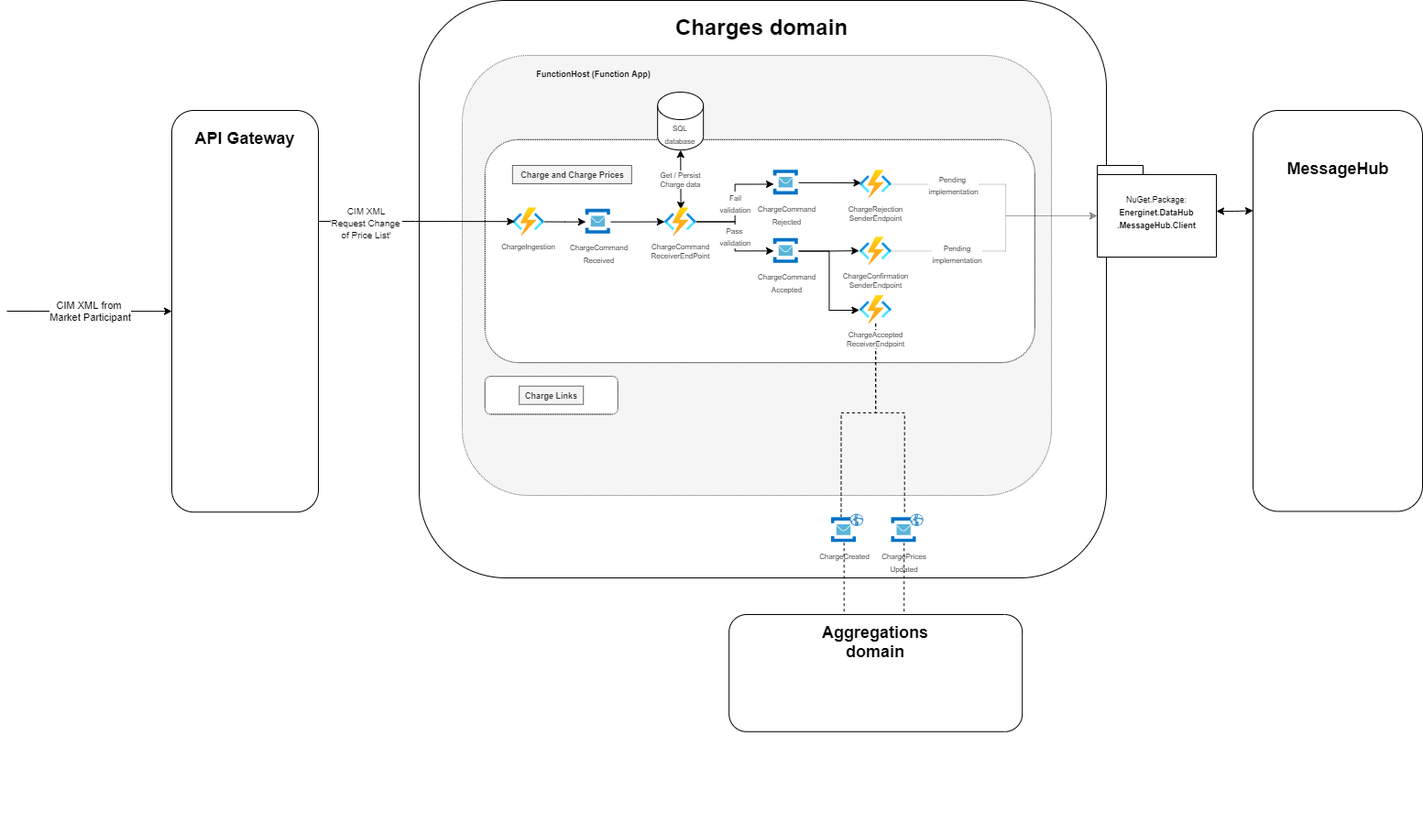
Before: ARCHITECTURE-ChargeAndChargePrices.png, a diagram exported from draw.io (Energinet-DataHub/ARCHIVED-geh-charges). Source tidied: cells renumbered, new cells last; positions are measured from the earlier drawing's top-left corner, leaving out a move shared by most shapes.
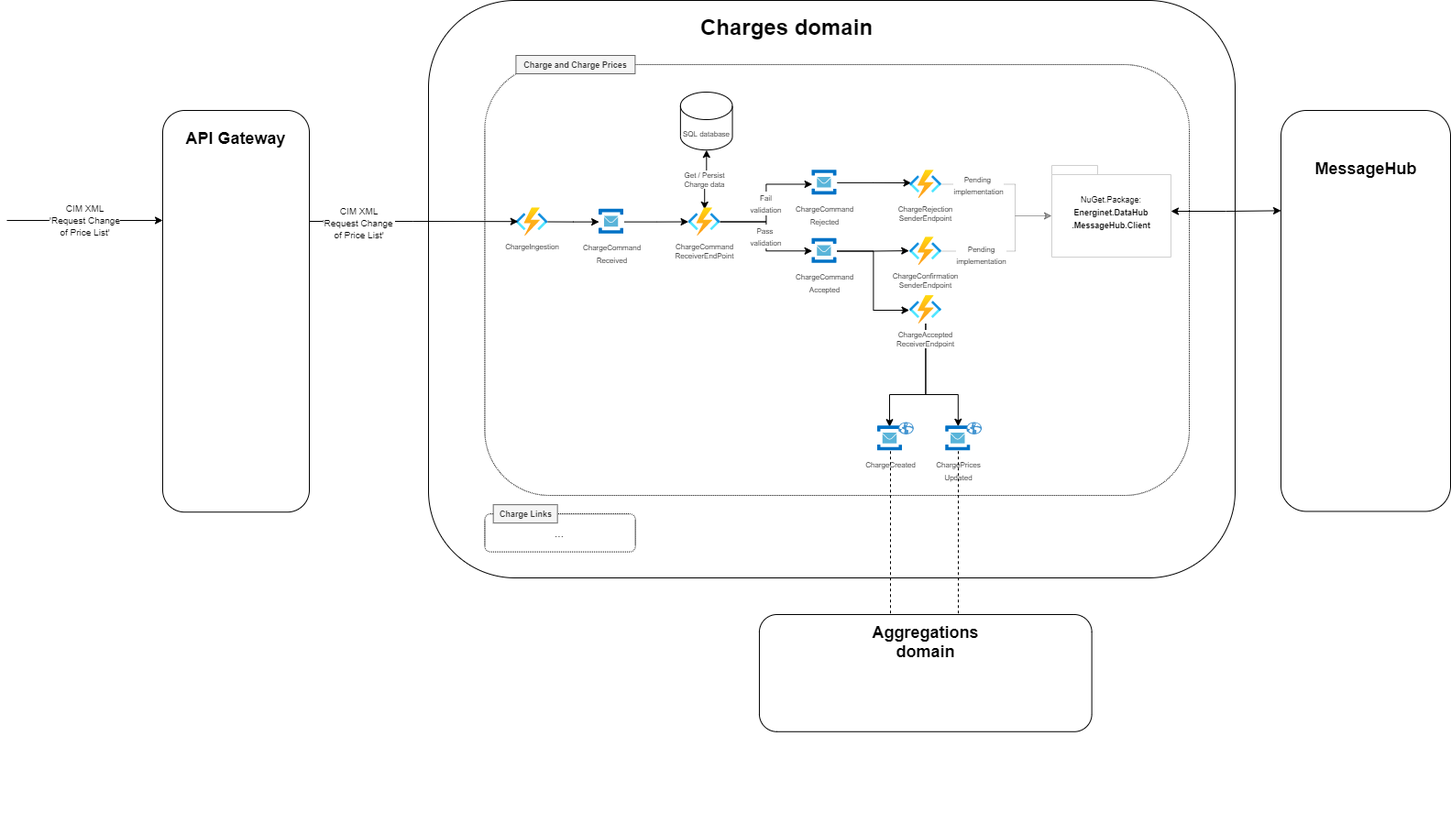
Above is the later version.

Commit message:
Aligning Charge&Prices diagram to ChargeLinks

Change to the diagram source:
```diff
@@ -5,15 +5,12 @@
     <mxCell id="2" style="opacity=50;textOpacity=50;strokeColor=none;" parent="1" vertex="1">
-      <mxGeometry x="450" width="750" height="885.6" as="geometry" />
+      <mxGeometry x="450" width="900" height="885.6" as="geometry" />
     </mxCell>
     <mxCell id="3" style="rounded=1;whiteSpace=wrap;html=1;" parent="2" vertex="1">
-      <mxGeometry width="750" height="630" as="geometry" />
+      <mxGeometry x="20" width="880" height="630" as="geometry" />
     </mxCell>
-    <mxCell id="4" style="rounded=1;whiteSpace=wrap;html=1;dashed=1;dashPattern=1 1;align=center;fillColor=#f5f5f5;strokeColor=#666666;fontColor=#333333;" parent="2" vertex="1">
-      <mxGeometry x="47" y="60" width="643" height="480" as="geometry" />
-    </mxCell>
     <mxCell id="5" value="&lt;h1&gt;Charges domain&lt;br&gt;&lt;/h1&gt;" style="text;html=1;strokeColor=none;fillColor=none;spacing=5;spacingTop=-20;whiteSpace=wrap;overflow=hidden;rounded=0;dashed=1;" parent="2" vertex="1">
-      <mxGeometry x="275" y="10" width="200" height="36.5" as="geometry" />
+      <mxGeometry x="311.7" y="10" width="226.7" height="36.5" as="geometry" />
     </mxCell>
     <mxCell id="6" style="rounded=1;whiteSpace=wrap;html=1;dashed=1;dashPattern=1 1;align=center;" parent="2" vertex="1">
-      <mxGeometry x="71.8" y="151.9" width="600" height="243.2" as="geometry" />
+      <mxGeometry x="81.4" y="70" width="768.6" height="470" as="geometry" />
     </mxCell>
@@ -26,6 +23,6 @@
     <mxCell id="9" value="&lt;font style=&quot;font-size: 8px&quot;&gt;ChargeCommand&lt;br&gt;Received&lt;/font&gt;" style="html=1;points=[];align=center;image;fontSize=12;image=img/lib/mscae/Service_Bus.svg;" parent="2" vertex="1">
-      <mxGeometry x="181.8" y="227.9" width="27.4" height="27.4" as="geometry" />
+      <mxGeometry x="206.1" y="227.9" width="27.4" height="27.4" as="geometry" />
     </mxCell>
     <mxCell id="10" value="&lt;font style=&quot;font-size: 8px&quot;&gt;ChargeIngestion&lt;/font&gt;" style="html=1;points=[];align=center;image;fontSize=9;image=img/lib/azure2/compute/Function_Apps.svg;labelPosition=center;verticalLabelPosition=bottom;verticalAlign=top;" parent="2" vertex="1">
-      <mxGeometry x="101.8" y="226.2" width="34.7" height="30.6" as="geometry" />
+      <mxGeometry x="115.4" y="226.2" width="34.7" height="30.6" as="geometry" />
     </mxCell>
@@ -41,3 +38,3 @@
     <mxCell id="14" value="&lt;font style=&quot;font-size: 8px&quot;&gt;ChargeCommand&lt;br&gt;ReceiverEndPoint&lt;br&gt;&lt;/font&gt;" style="html=1;points=[];align=center;image;fontSize=9;image=img/lib/azure2/compute/Function_Apps.svg;labelPosition=center;verticalLabelPosition=bottom;verticalAlign=top;" parent="2" vertex="1">
-      <mxGeometry x="267.8" y="226.2" width="34.7" height="30.6" as="geometry" />
+      <mxGeometry x="303.6" y="226.2" width="34.7" height="30.6" as="geometry" />
     </mxCell>
@@ -47,3 +44,3 @@
     <mxCell id="16" value="&lt;font style=&quot;font-size: 8px ; line-height: 100%&quot;&gt;ChargeCommand&lt;br&gt;Rejected&lt;/font&gt;" style="html=1;points=[];align=center;image;fontSize=12;image=img/lib/mscae/Service_Bus.svg;" parent="2" vertex="1">
-      <mxGeometry x="386.8" y="185.2" width="27.4" height="27.4" as="geometry" />
+      <mxGeometry x="438.4" y="185.2" width="27.4" height="27.4" as="geometry" />
     </mxCell>
@@ -56,15 +53,23 @@
     <mxCell id="19" value="&lt;font style=&quot;font-size: 8px ; line-height: 100%&quot;&gt;ChargeCommand&lt;br&gt;Accepted&lt;/font&gt;" style="html=1;points=[];align=center;image;fontSize=12;image=img/lib/mscae/Service_Bus.svg;" parent="2" vertex="1">
-      <mxGeometry x="386.8" y="259.8" width="27.4" height="27.4" as="geometry" />
+      <mxGeometry x="438.4" y="259.8" width="27.4" height="27.4" as="geometry" />
     </mxCell>
     <mxCell id="20" value="&lt;font style=&quot;font-size: 8px&quot;&gt;ChargeConfirmation&lt;br&gt;SenderEndpoint&lt;br&gt;&lt;/font&gt;" style="html=1;points=[];align=center;image;fontSize=9;image=img/lib/azure2/compute/Function_Apps.svg;labelPosition=center;verticalLabelPosition=bottom;verticalAlign=top;" parent="2" vertex="1">
-      <mxGeometry x="480.8" y="258.2" width="34.7" height="30.6" as="geometry" />
+      <mxGeometry x="545" y="258.2" width="34.7" height="30.6" as="geometry" />
     </mxCell>
     <mxCell id="21" value="&lt;font style=&quot;font-size: 8px&quot;&gt;ChargeRejection&lt;br&gt;SenderEndpoint&lt;br&gt;&lt;/font&gt;" style="html=1;points=[];align=center;image;fontSize=9;image=img/lib/azure2/compute/Function_Apps.svg;labelPosition=center;verticalLabelPosition=bottom;verticalAlign=top;" parent="2" vertex="1">
-      <mxGeometry x="480.8" y="185.2" width="34.7" height="30.6" as="geometry" />
+      <mxGeometry x="545" y="185.2" width="34.7" height="30.6" as="geometry" />
     </mxCell>
+    <mxCell id="23" style="edgeStyle=orthogonalEdgeStyle;rounded=0;comic=0;jettySize=auto;html=1;entryX=0.495;entryY=0.016;entryDx=0;entryDy=0;entryPerimeter=0;shadow=0;endArrow=classic;endFill=1;strokeColor=#000000;" parent="2" edge="1" source="24" target="31">
+      <mxGeometry relative="1" as="geometry">
+        <Array as="points">
+          <mxPoint x="562" y="430" />
+          <mxPoint x="598" y="430" />
+        </Array>
+      </mxGeometry>
+    </mxCell>
-    <mxCell id="22" style="edgeStyle=orthogonalEdgeStyle;rounded=0;jettySize=auto;html=1;entryX=0.383;entryY=-0.05;entryDx=0;entryDy=0;entryPerimeter=0;dashed=1;endArrow=none;endFill=0;" parent="2" edge="1" source="24" target="34">
+    <mxCell id="22" style="edgeStyle=orthogonalEdgeStyle;rounded=0;comic=0;jettySize=auto;html=1;entryX=0.475;entryY=0.031;entryDx=0;entryDy=0;entryPerimeter=0;shadow=0;endArrow=classic;endFill=1;strokeColor=#000000;" parent="2" edge="1" source="24" target="34">
       <mxGeometry relative="1" as="geometry">
         <Array as="points">
-          <mxPoint x="498" y="450" />
-          <mxPoint x="461" y="450" />
+          <mxPoint x="562" y="430" />
+          <mxPoint x="523" y="430" />
         </Array>
@@ -72,30 +77,31 @@
     </mxCell>
-    <mxCell id="23" style="edgeStyle=orthogonalEdgeStyle;rounded=0;jettySize=auto;html=1;entryX=0.517;entryY=-0.141;entryDx=0;entryDy=0;entryPerimeter=0;dashed=1;endArrow=none;endFill=0;" parent="2" edge="1" source="24" target="31">
-      <mxGeometry relative="1" as="geometry">
-        <Array as="points">
-          <mxPoint x="498" y="450" />
-          <mxPoint x="530" y="450" />
-        </Array>
-      </mxGeometry>
-    </mxCell>
     <mxCell id="24" value="&lt;font style=&quot;font-size: 8px&quot;&gt;ChargeAccepted&lt;br&gt;ReceiverEndpoint&lt;br&gt;&lt;/font&gt;" style="html=1;points=[];align=center;image;fontSize=9;image=img/lib/azure2/compute/Function_Apps.svg;labelPosition=center;verticalLabelPosition=bottom;verticalAlign=top;" parent="2" vertex="1">
-      <mxGeometry x="480.8" y="322.1" width="34.7" height="30.6" as="geometry" />
+      <mxGeometry x="545" y="322.1" width="34.7" height="30.6" as="geometry" />
     </mxCell>
     <mxCell id="25" value="Charge and Charge Prices" style="text;html=1;align=center;verticalAlign=middle;strokeColor=#666666;fillColor=#f5f5f5;fontStyle=1;fontSize=9;fontColor=#333333;" parent="2" vertex="1">
-      <mxGeometry x="101.8" y="180" width="130" height="20" as="geometry" />
+      <mxGeometry x="115.4" y="60" width="130" height="20" as="geometry" />
     </mxCell>
-    <mxCell id="26" value="FunctionHost (Function App)" style="text;html=1;align=center;verticalAlign=middle;strokeColor=none;fillColor=none;fontStyle=1;fontSize=9;" parent="2" vertex="1">
-      <mxGeometry x="120.2" y="70" width="140" height="20" as="geometry" />
-    </mxCell>
     <mxCell id="27" value="&lt;font style=&quot;font-size: 8px&quot;&gt;SQL database&lt;/font&gt;" style="shape=cylinder3;whiteSpace=wrap;html=1;boundedLbl=1;backgroundOutline=1;size=15;" parent="2" vertex="1">
-      <mxGeometry x="260.2" y="100" width="50" height="63.2" as="geometry" />
+      <mxGeometry x="294.9" y="100" width="56.7" height="63.2" as="geometry" />
     </mxCell>
+    <mxCell id="53" style="group;" parent="2" vertex="1">
+      <mxGeometry x="81.4" y="550.1" width="164.3" height="51.5" as="geometry" />
+    </mxCell>
-    <mxCell id="28" style="rounded=1;whiteSpace=wrap;html=1;dashed=1;dashPattern=1 1;align=center;" parent="2" vertex="1">
-      <mxGeometry x="71.8" y="410" width="145" height="41.5" as="geometry" />
+    <mxCell id="28" value="..." style="rounded=1;whiteSpace=wrap;html=1;dashed=1;dashPattern=1 1;align=center;" parent="53" vertex="1">
+      <mxGeometry y="10" width="164.3" height="41.5" as="geometry" />
     </mxCell>
-    <mxCell id="29" value="Charge Links" style="text;html=1;align=center;verticalAlign=middle;strokeColor=#666666;fillColor=#f5f5f5;fontStyle=1;fontSize=9;fontColor=#333333;" parent="2" vertex="1">
-      <mxGeometry x="109.2" y="420.7" width="70" height="20" as="geometry" />
+    <mxCell id="29" value="Charge Links" style="text;html=1;align=center;verticalAlign=middle;strokeColor=#666666;fillColor=#f5f5f5;fontStyle=1;fontSize=9;fontColor=#333333;" parent="53" vertex="1">
+      <mxGeometry x="9.2" width="70" height="20" as="geometry" />
     </mxCell>
+    <mxCell id="33" style="group;align=center;" parent="2" vertex="1">
+      <mxGeometry x="510" y="460" width="39.4" height="31.7" as="geometry" />
+    </mxCell>
+    <mxCell id="34" value="&lt;span style=&quot;font-size: 8px&quot;&gt;ChargeCreated&lt;/span&gt;" style="html=1;points=[];align=center;image;fontSize=12;image=img/lib/mscae/Service_Bus.svg;" parent="33" vertex="1">
+      <mxGeometry y="4.4" width="27.4" height="27.4" as="geometry" />
+    </mxCell>
+    <mxCell id="35" style="shadow=0;dashed=0;html=1;strokeColor=none;fillColor=#4495D1;labelPosition=center;verticalLabelPosition=bottom;verticalAlign=top;align=center;shape=mxgraph.veeam.globe;" parent="33" vertex="1">
+      <mxGeometry x="22.7" width="16.8" height="13.5" as="geometry" />
+    </mxCell>
     <mxCell id="30" style="group;" parent="2" vertex="1">
-      <mxGeometry x="515.5" y="560" width="34.8" height="31.7" as="geometry" />
+      <mxGeometry x="584.3" y="460" width="39.4" height="31.7" as="geometry" />
     </mxCell>
@@ -105,21 +111,31 @@
     <mxCell id="32" style="shadow=0;dashed=0;html=1;strokeColor=none;fillColor=#4495D1;labelPosition=center;verticalLabelPosition=bottom;verticalAlign=top;align=center;shape=mxgraph.veeam.globe;" parent="30" vertex="1">
-      <mxGeometry x="20" width="14.8" height="13.5" as="geometry" />
+      <mxGeometry x="22.7" width="16.8" height="13.5" as="geometry" />
     </mxCell>
-    <mxCell id="33" style="group;" parent="2" vertex="1">
-      <mxGeometry x="450" y="560" width="34.8" height="31.7" as="geometry" />
-    </mxCell>
-    <mxCell id="34" value="&lt;span style=&quot;font-size: 8px&quot;&gt;ChargeCreated&lt;/span&gt;" style="html=1;points=[];align=center;image;fontSize=12;image=img/lib/mscae/Service_Bus.svg;" parent="33" vertex="1">
-      <mxGeometry y="4.4" width="27.4" height="27.4" as="geometry" />
-    </mxCell>
-    <mxCell id="35" style="shadow=0;dashed=0;html=1;strokeColor=none;fillColor=#4495D1;labelPosition=center;verticalLabelPosition=bottom;verticalAlign=top;align=center;shape=mxgraph.veeam.globe;" parent="33" vertex="1">
-      <mxGeometry x="20" width="14.8" height="13.5" as="geometry" />
-    </mxCell>
+    <mxCell id="50" value="&lt;font style=&quot;font-size: 9px&quot;&gt;NuGet.Package:&lt;br&gt;&lt;b&gt;Energinet.DataHub&lt;br&gt;.MessageHub.Client&lt;/b&gt;&lt;/font&gt;" style="shape=folder;tabWidth=50;tabHeight=10;tabPosition=left;strokeWidth=1;html=1;whiteSpace=wrap;align=center;strokeColor=#CFCFCF;" parent="2" vertex="1">
+      <mxGeometry x="700" y="180" width="130" height="100" as="geometry" />
+    </mxCell>
+    <mxCell id="44" value="&lt;span style=&quot;color: rgb(0 , 0 , 0) ; font-family: &amp;#34;helvetica&amp;#34; ; font-size: 8px ; font-style: normal ; font-weight: 400 ; letter-spacing: normal ; text-align: center ; text-indent: 0px ; text-transform: none ; word-spacing: 0px ; background-color: rgb(255 , 255 , 255) ; display: inline ; float: none&quot;&gt;Pending&lt;/span&gt;&lt;br style=&quot;color: rgb(0 , 0 , 0) ; font-family: &amp;#34;helvetica&amp;#34; ; font-size: 8px ; font-style: normal ; font-weight: 400 ; letter-spacing: normal ; text-align: center ; text-indent: 0px ; text-transform: none ; word-spacing: 0px ; background-color: rgb(255 , 255 , 255)&quot;&gt;&lt;span style=&quot;color: rgb(0 , 0 , 0) ; font-family: &amp;#34;helvetica&amp;#34; ; font-size: 8px ; font-style: normal ; font-weight: 400 ; letter-spacing: normal ; text-align: center ; text-indent: 0px ; text-transform: none ; word-spacing: 0px ; background-color: rgb(255 , 255 , 255) ; display: inline ; float: none&quot;&gt;implementation&lt;/span&gt;" style="edgeStyle=orthogonalEdgeStyle;rounded=0;jettySize=auto;html=1;fillColor=#f5f5f5;strokeColor=#000000;opacity=20;entryX=0;entryY=0;entryDx=0;entryDy=55;entryPerimeter=0;" parent="2" edge="1" source="20" target="50">
+      <mxGeometry x="-0.46" y="-3" relative="1" as="geometry">
+        <Array as="points">
+          <mxPoint x="660" y="274" />
+          <mxPoint x="660" y="235" />
+        </Array>
+      </mxGeometry>
+    </mxCell>
+    <mxCell id="45" value="&lt;font style=&quot;font-size: 8px&quot;&gt;Pending &lt;br&gt;implementation&lt;/font&gt;" style="edgeStyle=orthogonalEdgeStyle;rounded=0;jettySize=auto;html=1;fillColor=#f5f5f5;strokeColor=#000000;opacity=20;entryX=0;entryY=0;entryDx=0;entryDy=55;entryPerimeter=0;" parent="2" edge="1" source="21" target="50">
+      <mxGeometry x="-0.48" relative="1" as="geometry">
+        <Array as="points">
+          <mxPoint x="660" y="201" />
+          <mxPoint x="660" y="235" />
+        </Array>
+      </mxGeometry>
+    </mxCell>
     <mxCell id="36" style="group;" parent="2" vertex="1">
-      <mxGeometry x="338.2" y="670" width="320" height="127.8" as="geometry" />
+      <mxGeometry x="381" y="670" width="362.7" height="127.8" as="geometry" />
     </mxCell>
     <mxCell id="37" style="rounded=1;whiteSpace=wrap;html=1;" parent="36" vertex="1">
-      <mxGeometry width="320" height="127.8" as="geometry" />
+      <mxGeometry width="362.7" height="127.8" as="geometry" />
     </mxCell>
     <mxCell id="38" value="&lt;b&gt;&lt;font style=&quot;font-size: 18px&quot;&gt;Aggregations domain&lt;/font&gt;&lt;/b&gt;" style="text;html=1;strokeColor=none;fillColor=none;align=center;verticalAlign=middle;whiteSpace=wrap;rounded=0;" parent="36" vertex="1">
-      <mxGeometry x="90" y="9.1" width="140" height="41.2" as="geometry" />
+      <mxGeometry x="102" y="9.1" width="158.7" height="41.2" as="geometry" />
     </mxCell>
@@ -131,5 +147,6 @@
     </mxCell>
-    <mxCell id="41" value="CIM XML from &lt;br&gt;Market Participant" style="endArrow=classic;html=1;entryX=0;entryY=0.5;entryDx=0;entryDy=0;" parent="1" edge="1" target="39">
+    <mxCell id="41" value="&lt;span style=&quot;font-size: x-small&quot;&gt;CIM XML&lt;/span&gt;&lt;br style=&quot;font-size: x-small&quot;&gt;&lt;span style=&quot;font-size: x-small&quot;&gt;'Request Change&lt;/span&gt;&lt;br style=&quot;font-size: x-small&quot;&gt;&lt;span style=&quot;font-size: x-small&quot;&gt;of Price List'&lt;/span&gt;" style="endArrow=classic;html=1;" parent="1" edge="1">
       <mxGeometry relative="1" as="geometry">
-        <mxPoint y="339" as="sourcePoint" />
+        <mxPoint x="10" y="240" as="sourcePoint" />
+        <mxPoint x="180" y="240" as="targetPoint" />
       </mxGeometry>
@@ -146,20 +163,4 @@
     </mxCell>
-    <mxCell id="44" value="&lt;span style=&quot;color: rgb(0 , 0 , 0) ; font-family: &amp;#34;helvetica&amp;#34; ; font-size: 8px ; font-style: normal ; font-weight: 400 ; letter-spacing: normal ; text-align: center ; text-indent: 0px ; text-transform: none ; word-spacing: 0px ; background-color: rgb(255 , 255 , 255) ; display: inline ; float: none&quot;&gt;Pending&lt;/span&gt;&lt;br style=&quot;color: rgb(0 , 0 , 0) ; font-family: &amp;#34;helvetica&amp;#34; ; font-size: 8px ; font-style: normal ; font-weight: 400 ; letter-spacing: normal ; text-align: center ; text-indent: 0px ; text-transform: none ; word-spacing: 0px ; background-color: rgb(255 , 255 , 255)&quot;&gt;&lt;span style=&quot;color: rgb(0 , 0 , 0) ; font-family: &amp;#34;helvetica&amp;#34; ; font-size: 8px ; font-style: normal ; font-weight: 400 ; letter-spacing: normal ; text-align: center ; text-indent: 0px ; text-transform: none ; word-spacing: 0px ; background-color: rgb(255 , 255 , 255) ; display: inline ; float: none&quot;&gt;implementation&lt;/span&gt;" style="edgeStyle=orthogonalEdgeStyle;rounded=0;jettySize=auto;html=1;fillColor=#f5f5f5;strokeColor=#000000;opacity=20;entryX=0;entryY=0;entryDx=0;entryDy=55;entryPerimeter=0;" parent="1" edge="1" source="20" target="50">
-      <mxGeometry x="-0.46" y="-3" relative="1" as="geometry">
-        <Array as="points">
-          <mxPoint x="1090" y="273" />
-          <mxPoint x="1090" y="235" />
-        </Array>
-      </mxGeometry>
-    </mxCell>
-    <mxCell id="45" value="&lt;font style=&quot;font-size: 8px&quot;&gt;Pending &lt;br&gt;implementation&lt;/font&gt;" style="edgeStyle=orthogonalEdgeStyle;rounded=0;jettySize=auto;html=1;fillColor=#f5f5f5;strokeColor=#000000;opacity=20;entryX=0;entryY=0;entryDx=0;entryDy=55;entryPerimeter=0;" parent="1" edge="1" source="21" target="50">
-      <mxGeometry x="-0.48" relative="1" as="geometry">
-        <Array as="points">
-          <mxPoint x="1090" y="201" />
-          <mxPoint x="1090" y="235" />
-        </Array>
-      </mxGeometry>
-    </mxCell>
     <mxCell id="46" style="group;" parent="1" vertex="1">
-      <mxGeometry x="1360" y="120" width="185" height="437.4" as="geometry" />
+      <mxGeometry x="1400" y="120" width="185" height="437.4" as="geometry" />
     </mxCell>
@@ -174,8 +175,8 @@
     </mxCell>
-    <mxCell id="50" value="&lt;font style=&quot;font-size: 9px&quot;&gt;NuGet.Package:&lt;br&gt;&lt;b&gt;Energinet.DataHub&lt;br&gt;.MessageHub.Client&lt;/b&gt;&lt;/font&gt;" style="shape=folder;tabWidth=50;tabHeight=10;tabPosition=left;strokeWidth=1;html=1;whiteSpace=wrap;align=center;" parent="1" vertex="1">
-      <mxGeometry x="1190" y="180" width="130" height="100" as="geometry" />
-    </mxCell>
     <mxCell id="51" style="edgeStyle=orthogonalEdgeStyle;rounded=0;jettySize=auto;html=1;dashed=1;endArrow=none;endFill=0;" parent="1" edge="1" source="34">
       <mxGeometry relative="1" as="geometry">
-        <mxPoint x="913.7" y="670" as="targetPoint" />
+        <mxPoint x="974" y="670" as="targetPoint" />
+        <Array as="points">
+          <mxPoint x="974" y="670" />
+        </Array>
       </mxGeometry>
@@ -184,3 +185,6 @@
       <mxGeometry relative="1" as="geometry">
-        <mxPoint x="979.2" y="670" as="targetPoint" />
+        <mxPoint x="1048" y="670" as="targetPoint" />
+        <Array as="points">
+          <mxPoint x="1048" y="670" />
+        </Array>
       </mxGeometry>
```
